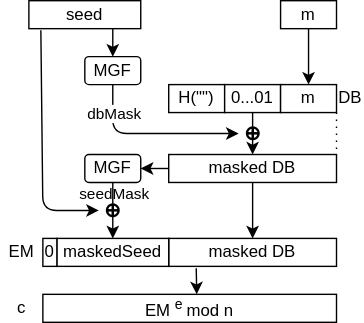
Before: images/lec-rsa-oaep-enc.drawio.svg, a diagram exported from draw.io (herumi/lecture-crypto). Source tidied: cells renumbered, new cells last; positions are measured from the earlier drawing's top-left corner, leaving out a move shared by most shapes.
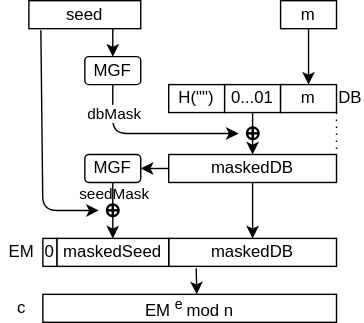
Later version of the same file.

Commit message:
masked DB->maskedDB

What changed in the source:
```diff
@@ -30,7 +30,7 @@
     <mxCell id="9" style="edgeStyle=none;html=1;exitX=0;exitY=0.5;exitDx=0;exitDy=0;entryX=1;entryY=0.5;entryDx=0;entryDy=0;" parent="1" edge="1" source="10" target="22">
       <mxGeometry relative="1" as="geometry" />
     </mxCell>
-    <mxCell id="10" value="masked DB" style="rounded=0;whiteSpace=wrap;html=1;" parent="1" vertex="1">
+    <mxCell id="10" value="maskedDB" style="rounded=0;whiteSpace=wrap;html=1;" parent="1" vertex="1">
       <mxGeometry x="120" y="110" width="120" height="20" as="geometry" />
     </mxCell>
     <mxCell id="11" style="edgeStyle=none;html=1;exitX=0.5;exitY=1;exitDx=0;exitDy=0;entryX=0;entryY=0.5;entryDx=0;entryDy=0;" parent="1" edge="1" source="13" target="27">
@@ -51,7 +51,7 @@
     <mxCell id="14" style="edgeStyle=none;html=1;entryX=1;entryY=0;entryDx=0;entryDy=0;endArrow=none;endFill=0;dashed=1;dashPattern=1 4;exitX=1;exitY=1;exitDx=0;exitDy=0;" parent="1" edge="1" source="7" target="10">
       <mxGeometry relative="1" as="geometry" />
     </mxCell>
-    <mxCell id="15" value="masked DB" style="rounded=0;whiteSpace=wrap;html=1;" parent="1" vertex="1">
+    <mxCell id="15" value="maskedDB" style="rounded=0;whiteSpace=wrap;html=1;" parent="1" vertex="1">
       <mxGeometry x="120" y="170" width="120" height="20" as="geometry" />
     </mxCell>
     <mxCell id="16" value="DB" style="text;html=1;align=center;verticalAlign=middle;whiteSpace=wrap;rounded=0;" parent="1" vertex="1">
```
